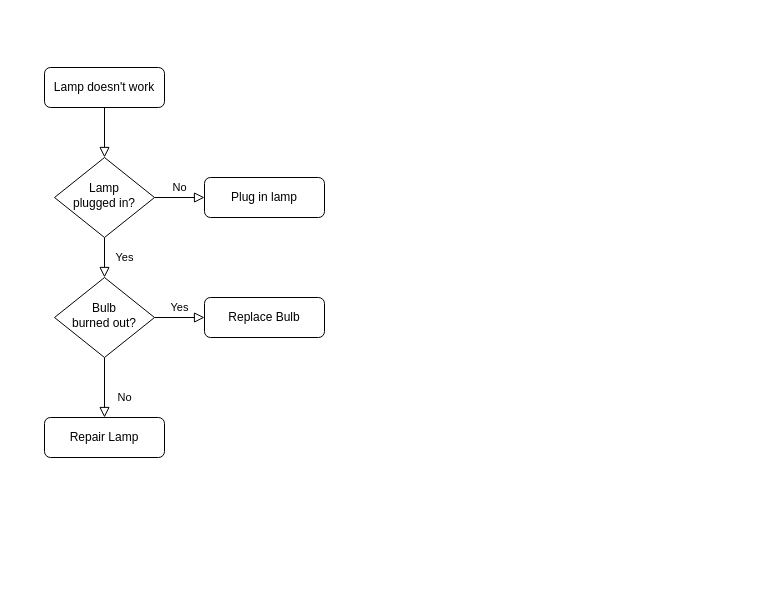
Before: 哨兵(左云台)/YAM-Sentry（无继电器）/user/Untitled Diagram.drawio in FFFcomewhere/RM_sentinel, a draw.io diagram. Source tidied: cells renumbered, new cells numbered last; positions are measured from the earlier drawing's top-left corner, leaving out a move shared by most shapes. Both pictures are drawn from the tidied source at 100%, with x=0, y=0 at pixel (44, 67).
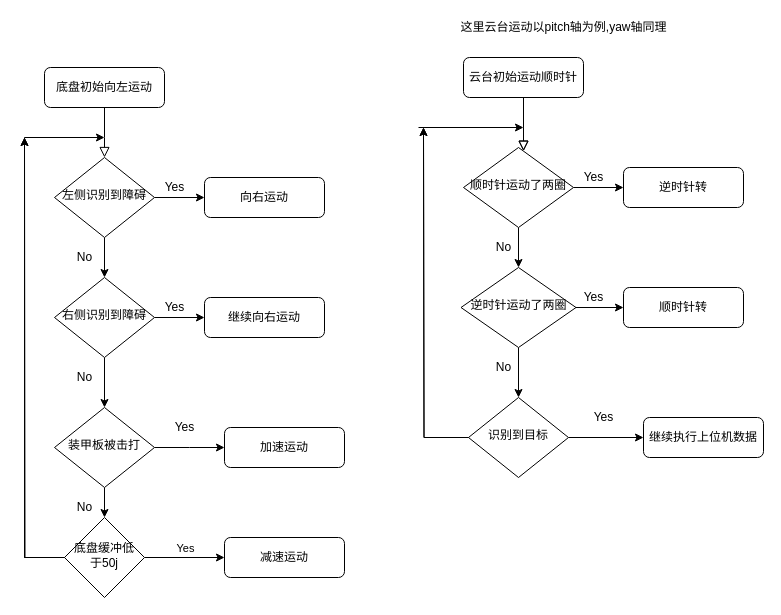
The same diagram, later.

Commit message:
嵌入式程序逻辑.drawio

Change to the diagram source:
```diff
@@
     <mxCell id="2" style="rounded=0;html=1;jettySize=auto;fontSize=11;endArrow=block;endFill=0;endSize=8;strokeWidth=1;shadow=0;labelBackgroundColor=none;edgeStyle=orthogonalEdgeStyle;" parent="1" edge="1" source="3" target="6">
-      <mxGeometry relative="1" as="geometry" />
+      <mxGeometry relative="1" as="geometry">
+        <Array as="points">
+          <mxPoint x="60" y="70" />
+          <mxPoint x="60" y="70" />
+        </Array>
+      </mxGeometry>
     </mxCell>
-    <mxCell id="3" value="Lamp doesn't work" style="rounded=1;whiteSpace=wrap;html=1;fontSize=12;glass=0;strokeWidth=1;shadow=0;" parent="1" vertex="1">
+    <mxCell id="3" value="底盘初始向左运动" style="rounded=1;whiteSpace=wrap;html=1;fontSize=12;glass=0;strokeWidth=1;shadow=0;" parent="1" vertex="1">
       <mxGeometry width="120" height="40" as="geometry" />
     </mxCell>
+    <mxCell id="5" style="edgeStyle=orthogonalEdgeStyle;rounded=0;jettySize=auto;html=1;" parent="1" edge="1" source="6" target="7">
+      <mxGeometry relative="1" as="geometry" />
+    </mxCell>
-    <mxCell id="4" value="Yes" style="rounded=0;html=1;jettySize=auto;fontSize=11;endArrow=block;endFill=0;endSize=8;strokeWidth=1;shadow=0;labelBackgroundColor=none;edgeStyle=orthogonalEdgeStyle;" parent="1" edge="1" source="6" target="10">
-      <mxGeometry y="20" relative="1" as="geometry" />
+    <mxCell id="4" style="edgeStyle=orthogonalEdgeStyle;rounded=0;jettySize=auto;html=1;" parent="1" edge="1" source="6" target="10">
+      <mxGeometry relative="1" as="geometry" />
     </mxCell>
-    <mxCell id="5" value="No" style="edgeStyle=orthogonalEdgeStyle;rounded=0;html=1;jettySize=auto;fontSize=11;endArrow=block;endFill=0;endSize=8;strokeWidth=1;shadow=0;labelBackgroundColor=none;" parent="1" edge="1" source="6" target="7">
-      <mxGeometry y="10" relative="1" as="geometry" />
-    </mxCell>
-    <mxCell id="6" value="Lamp&lt;br&gt;plugged in?" style="rhombus;whiteSpace=wrap;html=1;shadow=0;fontFamily=Helvetica;fontSize=12;align=center;strokeWidth=1;spacing=6;spacingTop=-4;" parent="1" vertex="1">
+    <mxCell id="6" value="左侧识别到障碍" style="rhombus;whiteSpace=wrap;html=1;shadow=0;fontFamily=Helvetica;fontSize=12;align=center;strokeWidth=1;spacing=6;spacingTop=-4;" parent="1" vertex="1">
       <mxGeometry x="10" y="90" width="100" height="80" as="geometry" />
     </mxCell>
-    <mxCell id="7" value="Plug in lamp" style="rounded=1;whiteSpace=wrap;html=1;fontSize=12;glass=0;strokeWidth=1;shadow=0;" parent="1" vertex="1">
+    <mxCell id="7" value="向右运动" style="rounded=1;whiteSpace=wrap;html=1;fontSize=12;glass=0;strokeWidth=1;shadow=0;" parent="1" vertex="1">
       <mxGeometry x="160" y="110" width="120" height="40" as="geometry" />
     </mxCell>
-    <mxCell id="8" value="No" style="rounded=0;html=1;jettySize=auto;fontSize=11;endArrow=block;endFill=0;endSize=8;strokeWidth=1;shadow=0;labelBackgroundColor=none;edgeStyle=orthogonalEdgeStyle;" parent="1" edge="1" source="10" target="11">
-      <mxGeometry x="0.33" y="20" relative="1" as="geometry" />
-    </mxCell>
-    <mxCell id="9" value="Yes" style="edgeStyle=orthogonalEdgeStyle;rounded=0;html=1;jettySize=auto;fontSize=11;endArrow=block;endFill=0;endSize=8;strokeWidth=1;shadow=0;labelBackgroundColor=none;" parent="1" edge="1" source="10" target="12">
-      <mxGeometry y="10" relative="1" as="geometry" />
+    <mxCell id="9" style="edgeStyle=orthogonalEdgeStyle;rounded=0;jettySize=auto;html=1;" parent="1" edge="1" source="10" target="12">
+      <mxGeometry relative="1" as="geometry" />
     </mxCell>
+    <mxCell id="13" style="edgeStyle=orthogonalEdgeStyle;rounded=0;jettySize=auto;html=1;" parent="1" edge="1" source="10" target="16">
+      <mxGeometry relative="1" as="geometry" />
+    </mxCell>
-    <mxCell id="10" value="Bulb&lt;br&gt;burned out?" style="rhombus;whiteSpace=wrap;html=1;shadow=0;fontFamily=Helvetica;fontSize=12;align=center;strokeWidth=1;spacing=6;spacingTop=-4;" parent="1" vertex="1">
+    <mxCell id="10" value="右侧识别到障碍" style="rhombus;whiteSpace=wrap;html=1;shadow=0;fontFamily=Helvetica;fontSize=12;align=center;strokeWidth=1;spacing=6;spacingTop=-4;" parent="1" vertex="1">
       <mxGeometry x="10" y="210" width="100" height="80" as="geometry" />
     </mxCell>
-    <mxCell id="11" value="Repair Lamp" style="rounded=1;whiteSpace=wrap;html=1;fontSize=12;glass=0;strokeWidth=1;shadow=0;" parent="1" vertex="1">
-      <mxGeometry y="350" width="120" height="40" as="geometry" />
-    </mxCell>
-    <mxCell id="12" value="Replace Bulb" style="rounded=1;whiteSpace=wrap;html=1;fontSize=12;glass=0;strokeWidth=1;shadow=0;" parent="1" vertex="1">
+    <mxCell id="12" value="继续向右运动" style="rounded=1;whiteSpace=wrap;html=1;fontSize=12;glass=0;strokeWidth=1;shadow=0;" parent="1" vertex="1">
       <mxGeometry x="160" y="230" width="120" height="40" as="geometry" />
     </mxCell>
+    <mxCell id="14" style="edgeStyle=orthogonalEdgeStyle;rounded=0;jettySize=auto;html=1;" parent="1" edge="1" source="16" target="22">
+      <mxGeometry relative="1" as="geometry" />
+    </mxCell>
+    <mxCell id="15" style="edgeStyle=orthogonalEdgeStyle;rounded=0;jettySize=auto;html=1;" parent="1" edge="1" source="16">
+      <mxGeometry relative="1" as="geometry">
+        <mxPoint x="180" y="380" as="targetPoint" />
+      </mxGeometry>
+    </mxCell>
+    <mxCell id="16" value="装甲板被击打" style="rhombus;whiteSpace=wrap;html=1;shadow=0;fontFamily=Helvetica;fontSize=12;align=center;strokeWidth=1;spacing=6;spacingTop=-4;" parent="1" vertex="1">
+      <mxGeometry x="10" y="340" width="100" height="80" as="geometry" />
+    </mxCell>
+    <mxCell id="17" value="Yes" style="text;html=1;align=center;verticalAlign=middle;strokeColor=none;" parent="1" vertex="1">
+      <mxGeometry x="110" y="230" width="40" height="20" as="geometry" />
+    </mxCell>
+    <mxCell id="18" value="No" style="text;html=1;align=center;verticalAlign=middle;strokeColor=none;" parent="1" vertex="1">
+      <mxGeometry x="25" y="300" width="30" height="20" as="geometry" />
+    </mxCell>
+    <mxCell id="19" style="edgeStyle=orthogonalEdgeStyle;rounded=0;jettySize=auto;html=1;" parent="1" edge="1" source="22" target="28">
+      <mxGeometry relative="1" as="geometry" />
+    </mxCell>
+    <mxCell id="20" value="Yes" style="edgeLabel;html=1;align=center;verticalAlign=middle;" parent="19" vertex="1">
+      <mxGeometry x="-0.22" y="-1" relative="1" as="geometry">
+        <mxPoint x="9" y="-11" as="offset" />
+      </mxGeometry>
+    </mxCell>
+    <mxCell id="21" style="edgeStyle=orthogonalEdgeStyle;rounded=0;jettySize=auto;html=1;" parent="1" edge="1" source="22">
+      <mxGeometry relative="1" as="geometry">
+        <mxPoint x="-20" y="70" as="targetPoint" />
+      </mxGeometry>
+    </mxCell>
+    <mxCell id="22" value="底盘缓冲低于50j" style="rhombus;whiteSpace=wrap;html=1;shadow=0;strokeWidth=1;spacing=6;spacingTop=-4;" parent="1" vertex="1">
+      <mxGeometry x="20" y="450" width="80" height="80" as="geometry" />
+    </mxCell>
+    <mxCell id="23" value="加速运动" style="rounded=1;whiteSpace=wrap;html=1;fontSize=12;glass=0;strokeWidth=1;shadow=0;" parent="1" vertex="1">
+      <mxGeometry x="180" y="360" width="120" height="40" as="geometry" />
+    </mxCell>
+    <mxCell id="24" value="Yes" style="text;html=1;align=center;verticalAlign=middle;strokeColor=none;" parent="1" vertex="1">
+      <mxGeometry x="120" y="350" width="40" height="20" as="geometry" />
+    </mxCell>
+    <mxCell id="25" value="No" style="text;html=1;align=center;verticalAlign=middle;strokeColor=none;" parent="1" vertex="1">
+      <mxGeometry x="25" y="430" width="30" height="20" as="geometry" />
+    </mxCell>
+    <mxCell id="26" value="Yes" style="text;html=1;align=center;verticalAlign=middle;strokeColor=none;" parent="1" vertex="1">
+      <mxGeometry x="110" y="110" width="40" height="20" as="geometry" />
+    </mxCell>
+    <mxCell id="27" value="No" style="text;html=1;align=center;verticalAlign=middle;strokeColor=none;" parent="1" vertex="1">
+      <mxGeometry x="25" y="180" width="30" height="20" as="geometry" />
+    </mxCell>
+    <mxCell id="28" value="减速运动" style="rounded=1;whiteSpace=wrap;html=1;fontSize=12;glass=0;strokeWidth=1;shadow=0;" parent="1" vertex="1">
+      <mxGeometry x="180" y="470" width="120" height="40" as="geometry" />
+    </mxCell>
+    <mxCell id="29" style="edgeStyle=orthogonalEdgeStyle;rounded=0;jettySize=auto;html=1;" parent="1" edge="1" source="22">
+      <mxGeometry relative="1" as="geometry">
+        <mxPoint x="-20" y="70" as="targetPoint" />
+        <Array as="points">
+          <mxPoint x="-20" y="490" />
+        </Array>
+      </mxGeometry>
+    </mxCell>
+    <mxCell id="30" style="edgeStyle=orthogonalEdgeStyle;rounded=0;jettySize=auto;html=1;" parent="1" edge="1" source="22">
+      <mxGeometry relative="1" as="geometry">
+        <mxPoint x="60" y="70" as="targetPoint" />
+        <Array as="points">
+          <mxPoint x="-20" y="490" />
+        </Array>
+      </mxGeometry>
+    </mxCell>
+    <mxCell id="31" style="rounded=0;html=1;jettySize=auto;fontSize=11;endArrow=block;endFill=0;endSize=8;strokeWidth=1;shadow=0;labelBackgroundColor=none;edgeStyle=orthogonalEdgeStyle;" parent="1" edge="1" source="32" target="35">
+      <mxGeometry relative="1" as="geometry">
+        <Array as="points">
+          <mxPoint x="479" y="60" />
+          <mxPoint x="479" y="60" />
+        </Array>
+      </mxGeometry>
+    </mxCell>
+    <mxCell id="32" value="云台初始运动顺时针" style="rounded=1;whiteSpace=wrap;html=1;fontSize=12;glass=0;strokeWidth=1;shadow=0;" parent="1" vertex="1">
+      <mxGeometry x="419" y="-10" width="120" height="40" as="geometry" />
+    </mxCell>
+    <mxCell id="33" style="edgeStyle=orthogonalEdgeStyle;rounded=0;jettySize=auto;html=1;" parent="1" edge="1" source="35" target="36">
+      <mxGeometry relative="1" as="geometry" />
+    </mxCell>
+    <mxCell id="34" style="edgeStyle=orthogonalEdgeStyle;rounded=0;jettySize=auto;html=1;entryX=0.5;entryY=0;entryDx=0;entryDy=0;" parent="1" edge="1" source="35" target="39">
+      <mxGeometry relative="1" as="geometry" />
+    </mxCell>
+    <mxCell id="35" value="顺时针运动了两圈" style="rhombus;whiteSpace=wrap;html=1;shadow=0;fontFamily=Helvetica;fontSize=12;align=center;strokeWidth=1;spacing=6;spacingTop=-4;" parent="1" vertex="1">
+      <mxGeometry x="419" y="80" width="110" height="80" as="geometry" />
+    </mxCell>
+    <mxCell id="36" value="逆时针转" style="rounded=1;whiteSpace=wrap;html=1;fontSize=12;glass=0;strokeWidth=1;shadow=0;" parent="1" vertex="1">
+      <mxGeometry x="579" y="100" width="120" height="40" as="geometry" />
+    </mxCell>
+    <mxCell id="37" style="edgeStyle=orthogonalEdgeStyle;rounded=0;jettySize=auto;html=1;" parent="1" edge="1" source="39" target="40">
+      <mxGeometry relative="1" as="geometry" />
+    </mxCell>
+    <mxCell id="38" style="edgeStyle=orthogonalEdgeStyle;rounded=0;jettySize=auto;html=1;" parent="1" edge="1" source="39" target="43">
+      <mxGeometry relative="1" as="geometry" />
+    </mxCell>
+    <mxCell id="39" value="逆时针运动了两圈" style="rhombus;whiteSpace=wrap;html=1;shadow=0;fontFamily=Helvetica;fontSize=12;align=center;strokeWidth=1;spacing=6;spacingTop=-4;" parent="1" vertex="1">
+      <mxGeometry x="416.5" y="200" width="115" height="80" as="geometry" />
+    </mxCell>
+    <mxCell id="40" value="顺时针转" style="rounded=1;whiteSpace=wrap;html=1;fontSize=12;glass=0;strokeWidth=1;shadow=0;" parent="1" vertex="1">
+      <mxGeometry x="579" y="220" width="120" height="40" as="geometry" />
+    </mxCell>
+    <mxCell id="41" style="edgeStyle=orthogonalEdgeStyle;rounded=0;jettySize=auto;html=1;" parent="1" edge="1" source="43">
+      <mxGeometry relative="1" as="geometry">
+        <mxPoint x="599" y="370" as="targetPoint" />
+      </mxGeometry>
+    </mxCell>
+    <mxCell id="42" style="edgeStyle=orthogonalEdgeStyle;rounded=0;jettySize=auto;html=1;" parent="1" edge="1" source="43">
+      <mxGeometry relative="1" as="geometry">
+        <mxPoint x="379" y="60" as="targetPoint" />
+      </mxGeometry>
+    </mxCell>
+    <mxCell id="43" value="识别到目标" style="rhombus;whiteSpace=wrap;html=1;shadow=0;fontFamily=Helvetica;fontSize=12;align=center;strokeWidth=1;spacing=6;spacingTop=-4;" parent="1" vertex="1">
+      <mxGeometry x="424" y="330" width="100" height="80" as="geometry" />
+    </mxCell>
+    <mxCell id="44" value="Yes" style="text;html=1;align=center;verticalAlign=middle;strokeColor=none;" parent="1" vertex="1">
+      <mxGeometry x="529" y="220" width="40" height="20" as="geometry" />
+    </mxCell>
+    <mxCell id="45" value="No" style="text;html=1;align=center;verticalAlign=middle;strokeColor=none;" parent="1" vertex="1">
+      <mxGeometry x="444" y="290" width="30" height="20" as="geometry" />
+    </mxCell>
+    <mxCell id="46" value="继续执行上位机数据" style="rounded=1;whiteSpace=wrap;html=1;fontSize=12;glass=0;strokeWidth=1;shadow=0;" parent="1" vertex="1">
+      <mxGeometry x="599" y="350" width="120" height="40" as="geometry" />
+    </mxCell>
+    <mxCell id="47" value="Yes" style="text;html=1;align=center;verticalAlign=middle;strokeColor=none;" parent="1" vertex="1">
+      <mxGeometry x="539" y="340" width="40" height="20" as="geometry" />
+    </mxCell>
+    <mxCell id="48" value="Yes" style="text;html=1;align=center;verticalAlign=middle;strokeColor=none;" parent="1" vertex="1">
+      <mxGeometry x="529" y="100" width="40" height="20" as="geometry" />
+    </mxCell>
+    <mxCell id="49" value="No" style="text;html=1;align=center;verticalAlign=middle;strokeColor=none;" parent="1" vertex="1">
+      <mxGeometry x="444" y="170" width="30" height="20" as="geometry" />
+    </mxCell>
+    <mxCell id="50" value="这里云台运动以pitch轴为例,yaw轴同理" style="text;html=1;align=center;verticalAlign=middle;strokeColor=none;" parent="1" vertex="1">
+      <mxGeometry x="409" y="-50" width="220" height="20" as="geometry" />
+    </mxCell>
+    <mxCell id="51" style="edgeStyle=orthogonalEdgeStyle;rounded=0;jettySize=auto;html=1;" parent="1" edge="1" source="43">
+      <mxGeometry relative="1" as="geometry">
+        <mxPoint x="379" y="60" as="targetPoint" />
+      </mxGeometry>
+    </mxCell>
+    <mxCell id="52" style="rounded=0;html=1;jettySize=auto;fontSize=11;endArrow=block;endFill=0;endSize=8;strokeWidth=1;shadow=0;labelBackgroundColor=none;edgeStyle=orthogonalEdgeStyle;" parent="1" edge="1" source="32" target="35">
+      <mxGeometry relative="1" as="geometry">
+        <Array as="points">
+          <mxPoint x="479" y="60" />
+          <mxPoint x="479" y="60" />
+        </Array>
+      </mxGeometry>
+    </mxCell>
+    <mxCell id="53" style="endArrow=classic;html=1;" parent="1" edge="1">
+      <mxGeometry relative="1" as="geometry">
+        <mxPoint x="374" y="60" as="sourcePoint" />
+        <mxPoint x="479" y="60" as="targetPoint" />
+      </mxGeometry>
+    </mxCell>
```
